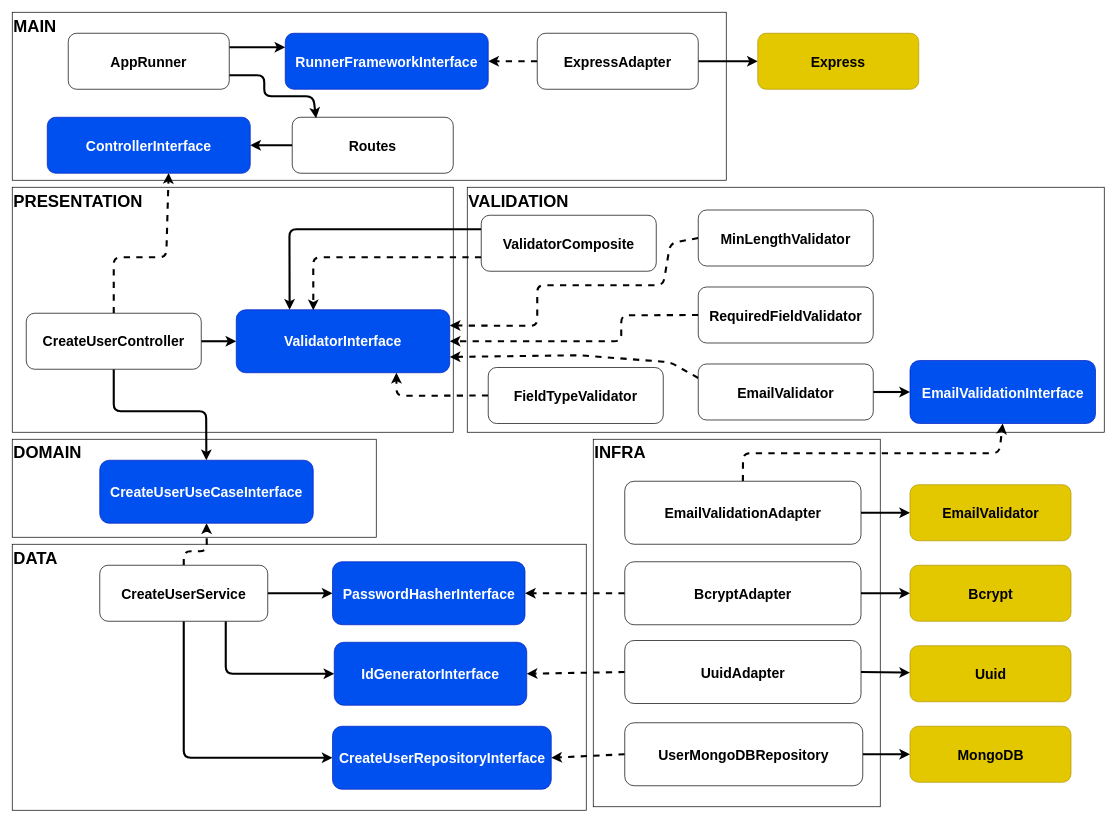
Above: diagrams/drawio/create-user.drawio in DouglasVolcato/pet-adoption-backend (draw.io), before the change. Source tidied: cells renumbered, new cells numbered last; positions are measured from the earlier drawing's top-left corner, leaving out a move shared by most shapes. Both pictures are drawn from the tidied source at 70%, with x=0, y=0 at pixel (12, 12).
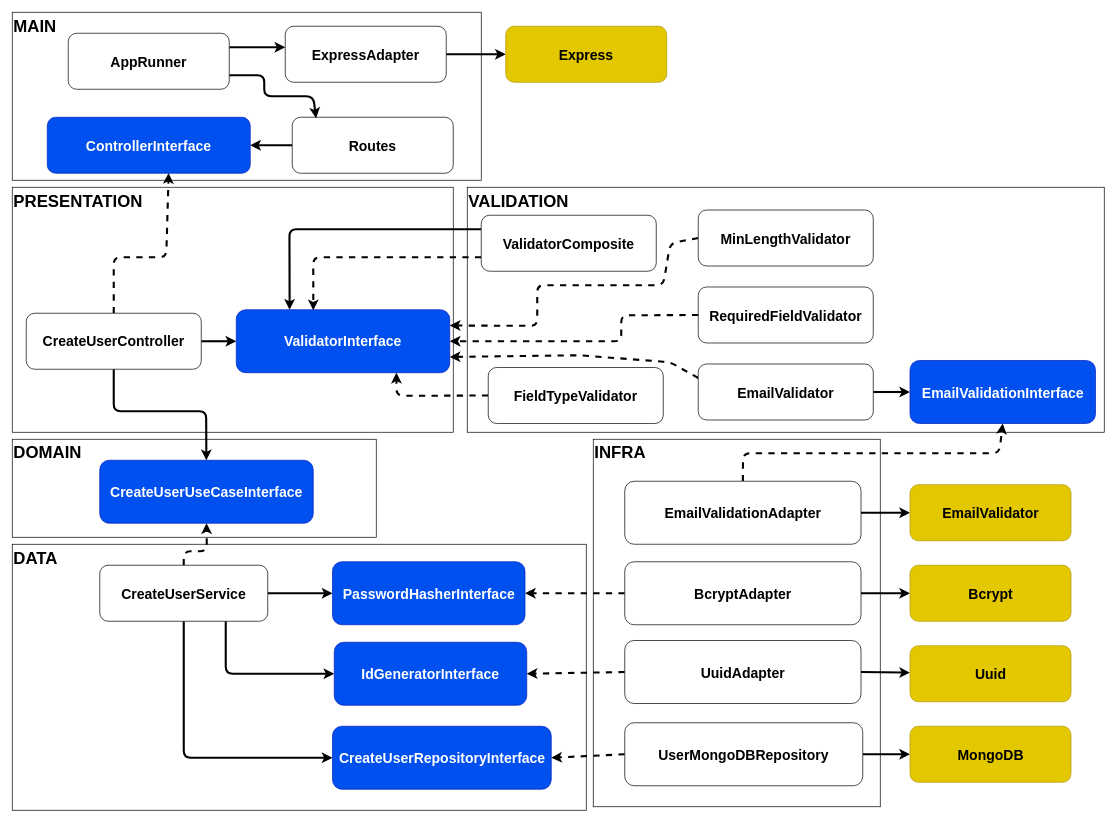
Above is the later version.

Unchanged cells that the change refers to:
```xml
<mxCell id="23" value="AppRunner" style="rounded=1;whiteSpace=wrap;html=1;fontSize=20;fontStyle=1;" parent="1" vertex="1">
  <mxGeometry x="80" y="30" width="230" height="80" as="geometry" />
</mxCell>
```

What changed in the source:
```diff
@@
     <mxCell id="7" style="rounded=0;whiteSpace=wrap;html=1;fontSize=20;fontStyle=1;" parent="1" vertex="1">
-      <mxGeometry width="1020" height="240" as="geometry" />
+      <mxGeometry width="670" height="240" as="geometry" />
     </mxCell>
@@
-    <mxCell id="21" style="edgeStyle=none;html=1;exitX=1;exitY=0.25;exitDx=0;exitDy=0;entryX=0;entryY=0.25;entryDx=0;entryDy=0;strokeWidth=3;fontSize=20;fontStyle=1;" parent="1" edge="1" source="23" target="24">
-      <mxGeometry relative="1" as="geometry" />
+    <mxCell id="21" style="edgeStyle=none;html=1;exitX=1;exitY=0.25;exitDx=0;exitDy=0;entryX=0;entryY=0.25;entryDx=0;entryDy=0;strokeWidth=3;fontSize=20;fontStyle=1;" parent="1" edge="1" source="23">
+      <mxGeometry relative="1" as="geometry">
+        <mxPoint x="390" y="50" as="targetPoint" />
+      </mxGeometry>
     </mxCell>
@@
-    <mxCell id="24" value="RunnerFrameworkInterface" style="rounded=1;whiteSpace=wrap;html=1;fontSize=20;fillColor=#0050ef;fontColor=#ffffff;strokeColor=#001DBC;fontStyle=1;" parent="1" vertex="1">
-      <mxGeometry x="390" y="30" width="290" height="80" as="geometry" />
-    </mxCell>
@@
-    <mxCell id="26" style="edgeStyle=none;html=1;exitX=0;exitY=0.5;exitDx=0;exitDy=0;entryX=1;entryY=0.5;entryDx=0;entryDy=0;dashed=1;strokeWidth=3;fontSize=20;" parent="1" edge="1" source="27" target="24">
-      <mxGeometry relative="1" as="geometry" />
-    </mxCell>
     <mxCell id="27" value="ExpressAdapter" style="rounded=1;whiteSpace=wrap;html=1;fontSize=20;fontStyle=1;" parent="1" vertex="1">
-      <mxGeometry x="750" y="30" width="230" height="80" as="geometry" />
+      <mxGeometry x="390" y="20" width="230" height="80" as="geometry" />
     </mxCell>
     <mxCell id="28" value="Express" style="rounded=1;whiteSpace=wrap;html=1;fontSize=20;fillColor=#e3c800;fontColor=#000000;strokeColor=#B09500;fontStyle=1;" parent="1" vertex="1">
-      <mxGeometry x="1065" y="30" width="230" height="80" as="geometry" />
+      <mxGeometry x="705" y="20" width="230" height="80" as="geometry" />
     </mxCell>
```
